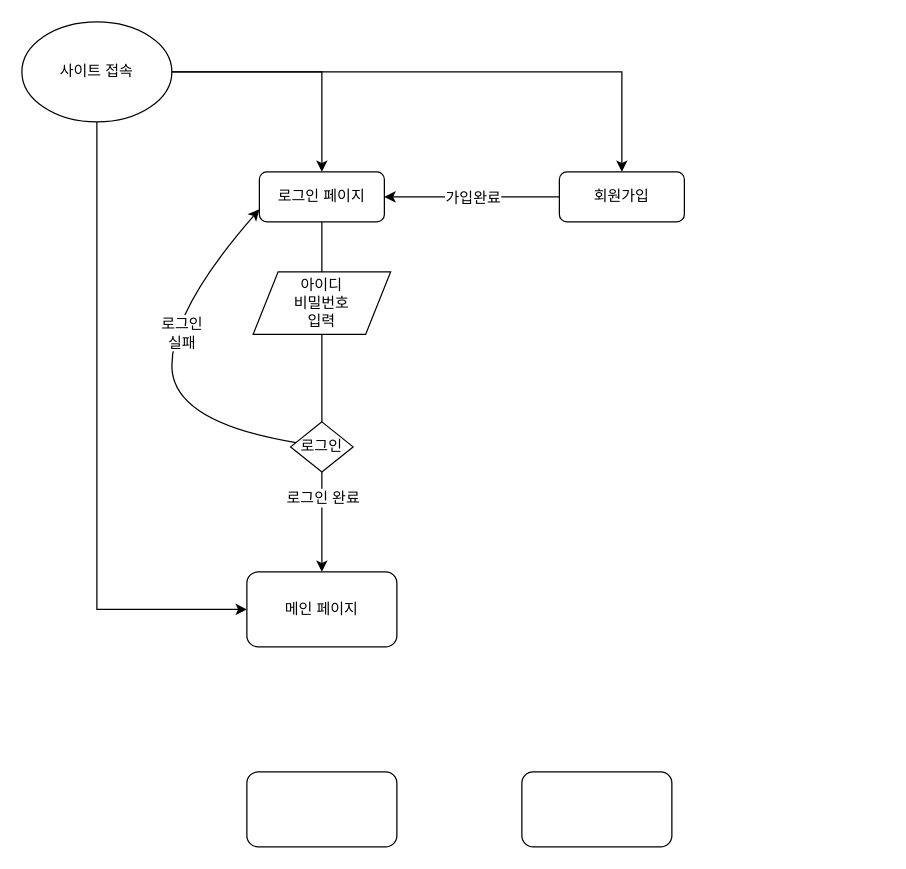
junyup0503/diagram keeps this draw.io diagram as practice/practice01.drawio. Above is the earlier version. Source tidied: cells renumbered, new cells numbered last; positions are measured from the earlier drawing's top-left corner, leaving out a move shared by most shapes. Both pictures are drawn from the tidied source at 125%, with x=0, y=0 at pixel (21, 21).
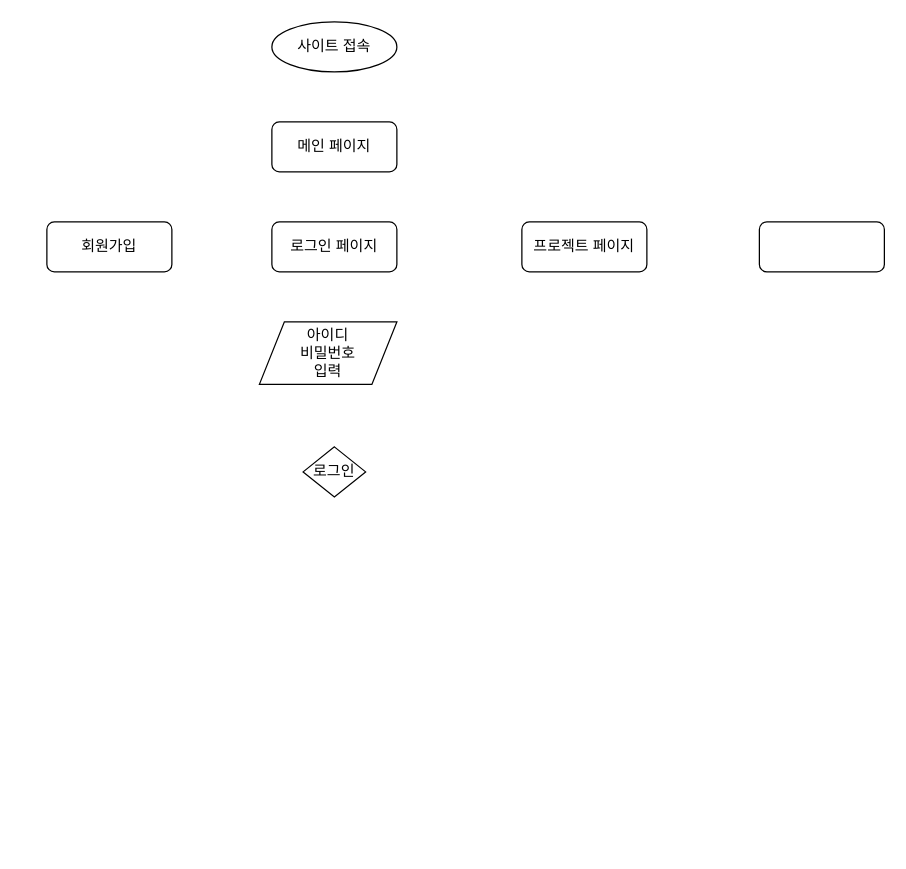
The same page after the edit.

What changed in the source:
```diff
@@
     <mxCell id="2" value="회원가입" style="rounded=1;whiteSpace=wrap;html=1;fontFamily=Helvetica;fontSize=12;" parent="1" vertex="1">
-      <mxGeometry x="430" y="120" width="100" height="40" as="geometry" />
+      <mxGeometry x="20" y="160" width="100" height="40" as="geometry" />
     </mxCell>
     <mxCell id="3" value="로그인 페이지" style="rounded=1;whiteSpace=wrap;html=1;fontFamily=Helvetica;fontSize=12;" parent="1" vertex="1">
-      <mxGeometry x="190" y="120" width="100" height="40" as="geometry" />
+      <mxGeometry x="200" y="160" width="100" height="40" as="geometry" />
     </mxCell>
     <mxCell id="4" value="메인 페이지" style="rounded=1;whiteSpace=wrap;html=1;fontFamily=Helvetica;fontSize=12;" parent="1" vertex="1">
-      <mxGeometry x="180" y="440" width="120" height="60" as="geometry" />
+      <mxGeometry x="200" y="80" width="100" height="40" as="geometry" />
     </mxCell>
-    <mxCell id="5" style="edgeStyle=orthogonalEdgeStyle;rounded=0;jettySize=auto;html=1;exitX=1;exitY=0.5;exitDx=0;exitDy=0;fontFamily=Helvetica;fontSize=12;" parent="1" edge="1" source="6" target="2">
-      <mxGeometry relative="1" as="geometry" />
-    </mxCell>
     <mxCell id="6" value="사이트 접속" style="ellipse;whiteSpace=wrap;html=1;fontFamily=Helvetica;fontSize=12;" parent="1" vertex="1">
-      <mxGeometry width="120" height="80" as="geometry" />
+      <mxGeometry x="200" width="100" height="40" as="geometry" />
     </mxCell>
-    <mxCell id="7" style="endArrow=classic;html=1;rounded=0;fontFamily=Helvetica;fontSize=12;" parent="1" edge="1" source="6" target="3">
-      <mxGeometry relative="1" as="geometry">
-        <Array as="points">
-          <mxPoint x="240" y="40" />
-        </Array>
-      </mxGeometry>
-    </mxCell>
-    <mxCell id="8" style="endArrow=classic;html=1;rounded=0;fontFamily=Helvetica;fontSize=12;" parent="1" edge="1" source="6" target="4">
-      <mxGeometry relative="1" as="geometry">
-        <Array as="points">
-          <mxPoint x="60" y="350" />
-          <mxPoint x="60" y="310" />
-          <mxPoint x="60" y="470" />
-        </Array>
-      </mxGeometry>
-    </mxCell>
-    <mxCell id="9" style="endArrow=classic;html=1;rounded=0;fontFamily=Helvetica;fontSize=12;startArrow=none;" parent="1" edge="1" source="15" target="4">
-      <mxGeometry relative="1" as="geometry" />
-    </mxCell>
-    <mxCell id="10" style="endArrow=classic;html=1;rounded=0;fontFamily=Helvetica;fontSize=12;" parent="1" edge="1" source="2" target="3">
-      <mxGeometry relative="1" as="geometry" />
-    </mxCell>
-    <mxCell id="11" value="가입완료" style="edgeLabel;html=1;align=center;verticalAlign=middle;fontFamily=Helvetica;fontSize=12;" parent="10" vertex="1">
-      <mxGeometry relative="1" as="geometry" />
-    </mxCell>
     <mxCell id="12" value="아이디&lt;br&gt;비밀번호&lt;br&gt;입력" style="shape=parallelogram;perimeter=parallelogramPerimeter;whiteSpace=wrap;html=1;fixedSize=1;fontFamily=Helvetica;fontSize=12;" parent="1" vertex="1">
-      <mxGeometry x="185" y="200" width="110" height="50" as="geometry" />
+      <mxGeometry x="190" y="240" width="110" height="50" as="geometry" />
     </mxCell>
-    <mxCell id="13" style="endArrow=none;html=1;rounded=0;fontFamily=Helvetica;fontSize=12;" parent="1" edge="1" source="3" target="12">
-      <mxGeometry relative="1" as="geometry" />
-    </mxCell>
-    <mxCell id="14" value="로그인 완료" style="edgeLabel;html=1;align=center;verticalAlign=middle;fontFamily=Helvetica;fontSize=12;" parent="13" vertex="1">
-      <mxGeometry relative="1" as="geometry">
-        <mxPoint y="200" as="offset" />
-      </mxGeometry>
-    </mxCell>
     <mxCell id="15" value="로그인" style="rhombus;whiteSpace=wrap;html=1;fontFamily=Helvetica;fontSize=12;" parent="1" vertex="1">
-      <mxGeometry x="215" y="320" width="50" height="40" as="geometry" />
+      <mxGeometry x="225" y="340" width="50" height="40" as="geometry" />
     </mxCell>
-    <mxCell id="16" style="endArrow=none;html=1;rounded=0;fontFamily=Helvetica;fontSize=12;startArrow=none;" parent="1" edge="1" source="12" target="15">
-      <mxGeometry relative="1" as="geometry" />
-    </mxCell>
-    <mxCell id="17" style="curved=1;endArrow=classic;html=1;rounded=0;fontFamily=Helvetica;fontSize=12;entryX=0;entryY=0.75;entryDx=0;entryDy=0;" parent="1" edge="1" source="15" target="3">
-      <mxGeometry relative="1" as="geometry">
-        <Array as="points">
-          <mxPoint x="120" y="320" />
-          <mxPoint x="120" y="230" />
-        </Array>
-      </mxGeometry>
-    </mxCell>
-    <mxCell id="18" value="로그인&lt;br&gt;실패" style="edgeLabel;html=1;align=center;verticalAlign=middle;fontSize=12;fontFamily=Helvetica;" parent="17" vertex="1">
-      <mxGeometry x="0.16" y="-7" relative="1" as="geometry" />
-    </mxCell>
-    <mxCell id="19" style="rounded=1;whiteSpace=wrap;html=1;fontFamily=Helvetica;fontSize=12;" parent="1" vertex="1">
-      <mxGeometry x="180" y="600" width="120" height="60" as="geometry" />
+    <mxCell id="19" value="프로젝트 페이지" style="rounded=1;whiteSpace=wrap;html=1;fontFamily=Helvetica;fontSize=12;" parent="1" vertex="1">
+      <mxGeometry x="400" y="160" width="100" height="40" as="geometry" />
     </mxCell>
     <mxCell id="20" style="rounded=1;whiteSpace=wrap;html=1;fontFamily=Helvetica;fontSize=12;" parent="1" vertex="1">
-      <mxGeometry x="400" y="600" width="120" height="60" as="geometry" />
+      <mxGeometry x="590" y="160" width="100" height="40" as="geometry" />
     </mxCell>
```
